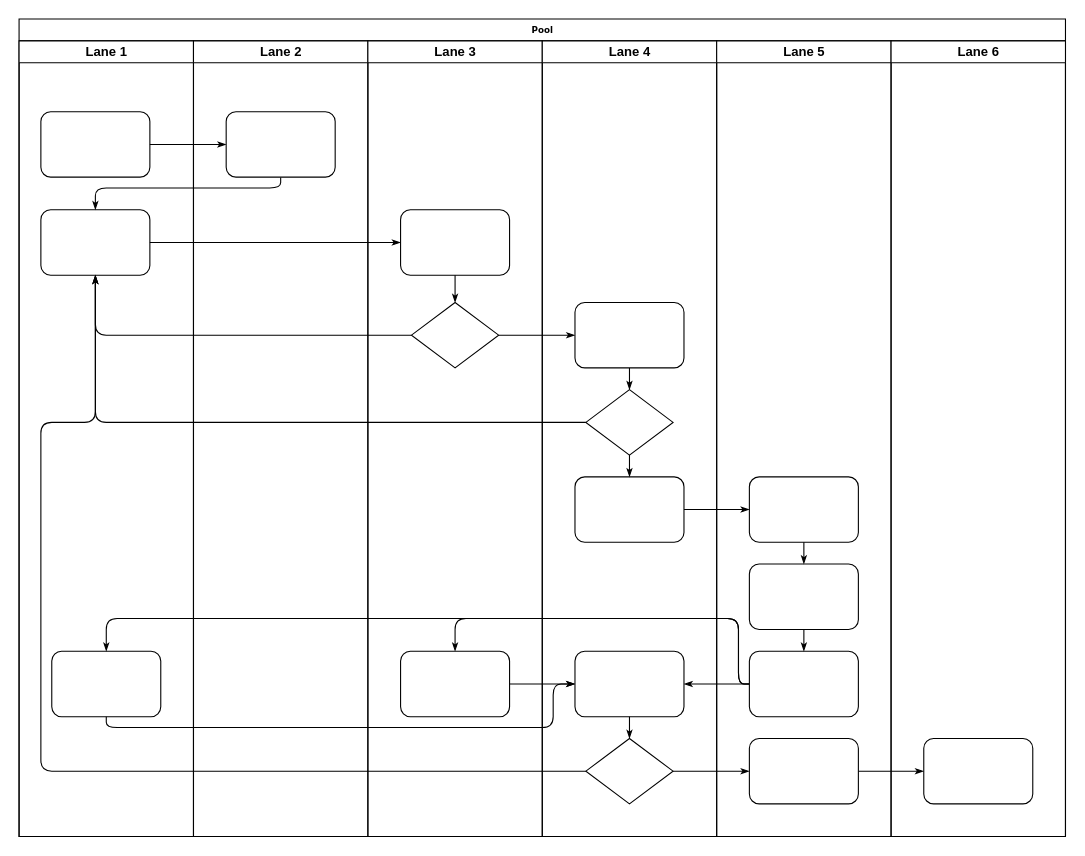
Before: Untitled Diagram.drawio in euleryang/Doc, a draw.io diagram. Source tidied: cells renumbered, new cells numbered last; positions are measured from the earlier drawing's top-left corner, leaving out a move shared by most shapes. Both pictures are drawn from the tidied source at 109%, with x=0, y=0 at pixel (19, 19).
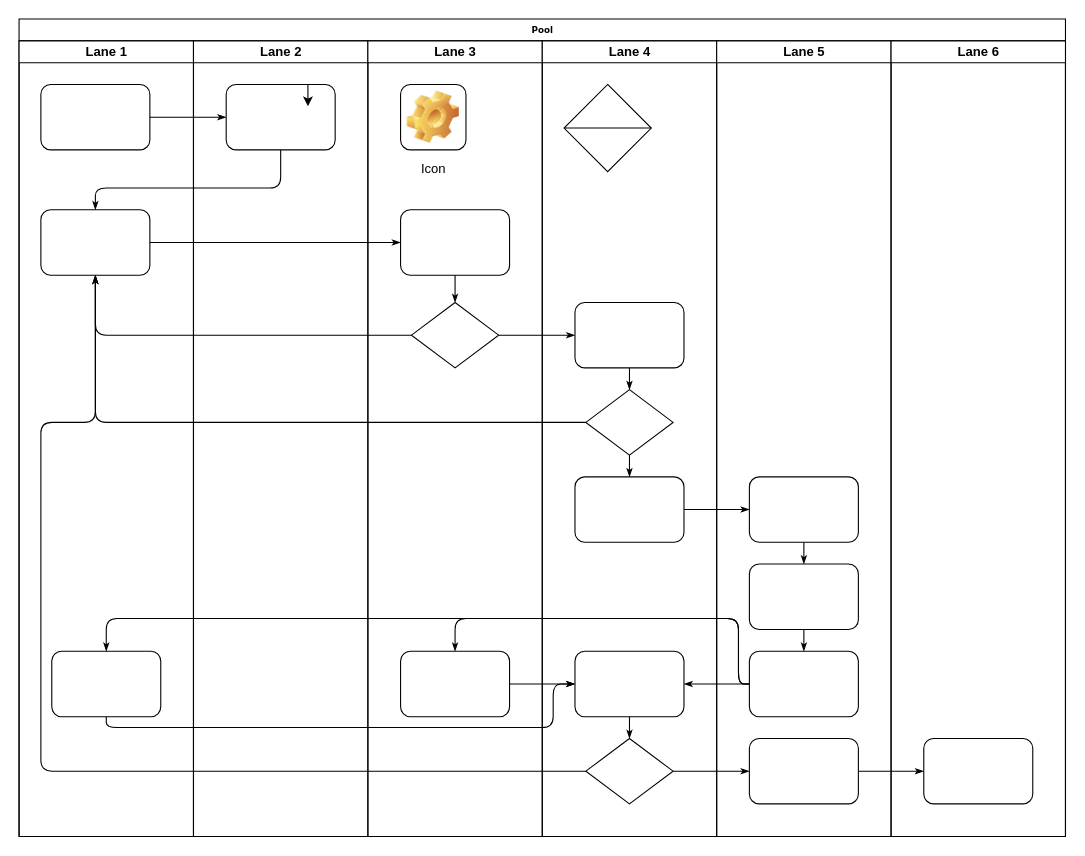
Above is the later version.

Unchanged cells that the change refers to:
```xml
<mxCell id="3" value="Lane 1" style="swimlane;html=1;startSize=20;" parent="2" vertex="1">
  <mxGeometry y="20" width="160" height="730" as="geometry" />
</mxCell>
<mxCell id="22" value="Lane 2" style="swimlane;html=1;startSize=20;" parent="2" vertex="1">
  <mxGeometry x="160" y="20" width="160" height="730" as="geometry" />
</mxCell>
<mxCell id="24" value="Lane 3" style="swimlane;html=1;startSize=20;" parent="2" vertex="1">
  <mxGeometry x="320" y="20" width="160" height="730" as="geometry" />
</mxCell>
<mxCell id="29" value="Lane 4" style="swimlane;html=1;startSize=20;" parent="2" vertex="1">
  <mxGeometry x="480" y="20" width="160" height="730" as="geometry" />
</mxCell>
```

Diff of the diagram source:
```diff
@@
     <mxCell id="4" style="rounded=1;whiteSpace=wrap;html=1;shadow=0;labelBackgroundColor=none;strokeWidth=1;fontFamily=Verdana;fontSize=8;align=center;" parent="3" vertex="1">
-      <mxGeometry x="20" y="65" width="100" height="60" as="geometry" />
+      <mxGeometry x="20" y="40" width="100" height="60" as="geometry" />
     </mxCell>
@@
     <mxCell id="23" style="rounded=1;whiteSpace=wrap;html=1;shadow=0;labelBackgroundColor=none;strokeWidth=1;fontFamily=Verdana;fontSize=8;align=center;" parent="22" vertex="1">
-      <mxGeometry x="30" y="65" width="100" height="60" as="geometry" />
+      <mxGeometry x="30" y="40" width="100" height="60" as="geometry" />
     </mxCell>
@@
+    <mxCell id="47" value="Icon" style="icon;html=1;image=img/clipart/Gear_128x128.png;" parent="24" vertex="1">
+      <mxGeometry x="30" y="40" width="60" height="60" as="geometry" />
+    </mxCell>
@@
+    <mxCell id="48" style="shape=sortShape;perimeter=rhombusPerimeter;whiteSpace=wrap;html=1;" parent="29" vertex="1">
+      <mxGeometry x="20" y="40" width="80" height="80" as="geometry" />
+    </mxCell>
@@
+    <mxCell id="49" style="edgeStyle=orthogonalEdgeStyle;rounded=0;jettySize=auto;html=1;exitX=0.75;exitY=0;exitDx=0;exitDy=0;" parent="1" edge="1" source="23">
+      <mxGeometry relative="1" as="geometry">
+        <mxPoint x="265" y="80" as="targetPoint" />
+      </mxGeometry>
+    </mxCell>
```
